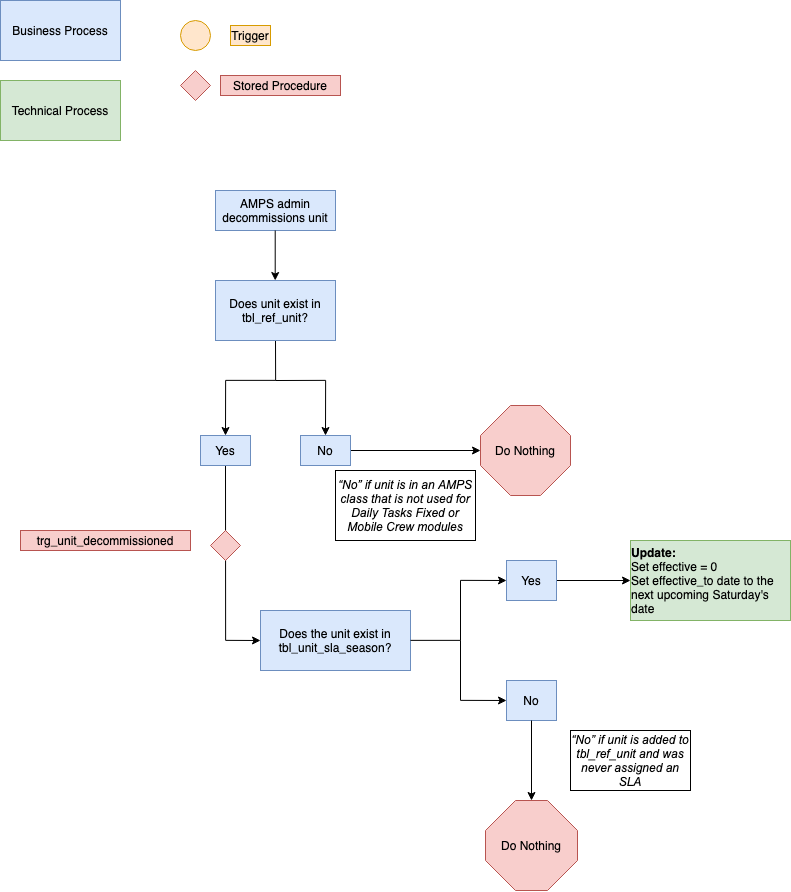
NYC-Parks/SLADB keeps this draw.io diagram as images/trg_unit_decommissioned.png. Above is the earlier version. Source tidied: cells renumbered, new cells last; positions are measured from the earlier drawing's top-left corner, leaving out a move shared by most shapes.
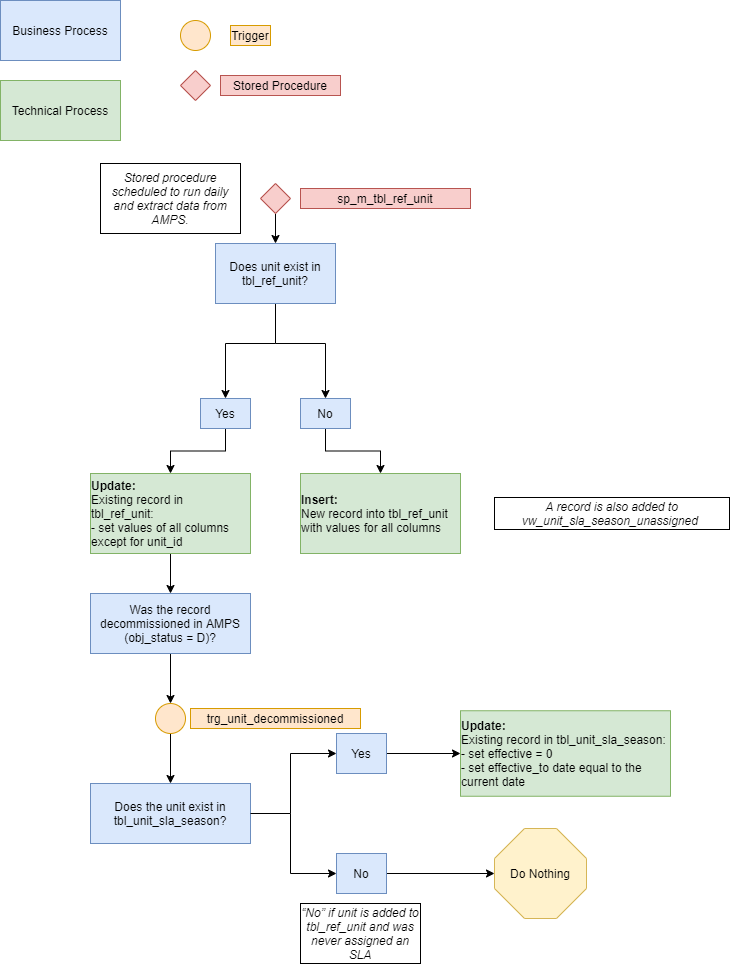
The same diagram one commit later.

The edit, as a diff of the source:
```diff
@@ -2,15 +2,12 @@
   <root>
     <mxCell id="0" />
     <mxCell id="1" parent="0" />
+    <mxCell id="31" style="edgeStyle=orthogonalEdgeStyle;rounded=0;jettySize=auto;html=1;exitX=0.5;exitY=1;exitDx=0;exitDy=0;entryX=0.5;entryY=0;entryDx=0;entryDy=0;" parent="1" edge="1" source="2" target="42">
+      <mxGeometry relative="1" as="geometry" />
+    </mxCell>
-    <mxCell id="2" value="AMPS admin decommissions unit" style="rounded=0;whiteSpace=wrap;html=1;fontSize=12;glass=0;strokeWidth=1;shadow=0;fillColor=#dae8fc;strokeColor=#6c8ebf;" parent="1" vertex="1">
-      <mxGeometry x="215" y="190" width="120" height="40" as="geometry" />
+    <mxCell id="2" value="Was the record decommissioned in AMPS (obj_status = D)?" style="rounded=0;whiteSpace=wrap;html=1;fontSize=12;glass=0;strokeWidth=1;shadow=0;fillColor=#dae8fc;strokeColor=#6c8ebf;" parent="1" vertex="1">
+      <mxGeometry x="90" y="593" width="160" height="60" as="geometry" />
     </mxCell>
-    <mxCell id="3" style="endArrow=classic;html=1;" parent="1" edge="1">
-      <mxGeometry relative="1" as="geometry">
-        <mxPoint x="274.7" y="230" as="sourcePoint" />
-        <mxPoint x="274.7" y="280" as="targetPoint" />
-      </mxGeometry>
-    </mxCell>
     <mxCell id="4" value="Business Process" style="rounded=0;whiteSpace=wrap;html=1;fillColor=#dae8fc;strokeColor=#6c8ebf;" parent="1" vertex="1">
       <mxGeometry width="120" height="60" as="geometry" />
     </mxCell>
@@ -31,61 +28,51 @@
     </mxCell>
     <mxCell id="10" style="edgeStyle=orthogonalEdgeStyle;rounded=0;jettySize=auto;html=1;entryX=0.5;entryY=0;entryDx=0;entryDy=0;" parent="1" edge="1" target="14">
       <mxGeometry relative="1" as="geometry">
-        <mxPoint x="275" y="380" as="sourcePoint" />
+        <mxPoint x="275" y="343" as="sourcePoint" />
       </mxGeometry>
     </mxCell>
-    <mxCell id="11" style="edgeStyle=orthogonalEdgeStyle;rounded=0;jettySize=auto;html=1;exitX=0.5;exitY=1;exitDx=0;exitDy=0;entryX=0;entryY=0.5;entryDx=0;entryDy=0;" parent="1" edge="1" source="12" target="20">
-      <mxGeometry relative="1" as="geometry">
-        <Array as="points">
-          <mxPoint x="225" y="640" />
-        </Array>
-      </mxGeometry>
-    </mxCell>
+    <mxCell id="32" style="edgeStyle=orthogonalEdgeStyle;rounded=0;jettySize=auto;html=1;exitX=0.5;exitY=1;exitDx=0;exitDy=0;entryX=0.5;entryY=0;entryDx=0;entryDy=0;" parent="1" edge="1" source="12" target="39">
+      <mxGeometry relative="1" as="geometry" />
+    </mxCell>
     <mxCell id="12" value="Yes" style="rounded=0;whiteSpace=wrap;html=1;fillColor=#dae8fc;strokeColor=#6c8ebf;" parent="1" vertex="1">
-      <mxGeometry x="200" y="435" width="50" height="30" as="geometry" />
+      <mxGeometry x="200" y="398" width="50" height="30" as="geometry" />
     </mxCell>
-    <mxCell id="13" style="edgeStyle=orthogonalEdgeStyle;rounded=0;jettySize=auto;html=1;exitX=1;exitY=0.5;exitDx=0;exitDy=0;entryX=0;entryY=0.5;entryDx=0;entryDy=0;entryPerimeter=0;" parent="1" edge="1" source="14" target="19">
-      <mxGeometry relative="1" as="geometry" />
-    </mxCell>
+    <mxCell id="33" style="edgeStyle=orthogonalEdgeStyle;rounded=0;jettySize=auto;html=1;exitX=0.5;exitY=1;exitDx=0;exitDy=0;entryX=0.5;entryY=0;entryDx=0;entryDy=0;" parent="1" edge="1" source="14" target="40">
+      <mxGeometry relative="1" as="geometry" />
+    </mxCell>
     <mxCell id="14" value="No" style="rounded=0;whiteSpace=wrap;html=1;fillColor=#dae8fc;strokeColor=#6c8ebf;" parent="1" vertex="1">
-      <mxGeometry x="300" y="435" width="50" height="30" as="geometry" />
+      <mxGeometry x="300" y="398" width="50" height="30" as="geometry" />
     </mxCell>
     <mxCell id="15" style="edgeStyle=orthogonalEdgeStyle;rounded=0;jettySize=auto;html=1;entryX=0.5;entryY=0;entryDx=0;entryDy=0;exitX=0.5;exitY=1;exitDx=0;exitDy=0;" parent="1" edge="1" source="18" target="12">
       <mxGeometry relative="1" as="geometry">
         <Array as="points">
-          <mxPoint x="275" y="380" />
-          <mxPoint x="225" y="380" />
+          <mxPoint x="275" y="343" />
+          <mxPoint x="225" y="343" />
         </Array>
       </mxGeometry>
     </mxCell>
-    <mxCell id="16" style="rhombus;whiteSpace=wrap;html=1;align=left;fillColor=#f8cecc;strokeColor=#b85450;" parent="1" vertex="1">
-      <mxGeometry x="210" y="530" width="30" height="30" as="geometry" />
-    </mxCell>
-    <mxCell id="17" value="trg_unit_decommissioned" style="text;html=1;strokeColor=#b85450;fillColor=#f8cecc;align=center;verticalAlign=middle;whiteSpace=wrap;rounded=0;" parent="1" vertex="1">
-      <mxGeometry x="20" y="530" width="170" height="20" as="geometry" />
+    <mxCell id="17" value="trg_unit_decommissioned" style="text;html=1;strokeColor=#d79b00;fillColor=#ffe6cc;align=center;verticalAlign=middle;whiteSpace=wrap;rounded=0;" parent="1" vertex="1">
+      <mxGeometry x="190" y="708" width="170" height="20" as="geometry" />
     </mxCell>
     <mxCell id="18" value="Does unit exist in tbl_ref_unit?" style="rounded=0;whiteSpace=wrap;html=1;fillColor=#dae8fc;strokeColor=#6c8ebf;" parent="1" vertex="1">
-      <mxGeometry x="215" y="280" width="120" height="60" as="geometry" />
+      <mxGeometry x="215" y="243" width="120" height="60" as="geometry" />
     </mxCell>
-    <mxCell id="19" value="Do Nothing" style="whiteSpace=wrap;html=1;shape=mxgraph.basic.octagon2;align=center;verticalAlign=middle;dx=15;fillColor=#f8cecc;strokeColor=#b85450;" parent="1" vertex="1">
-      <mxGeometry x="480" y="405" width="90" height="90" as="geometry" />
-    </mxCell>
     <mxCell id="20" value="Does the unit exist in tbl_unit_sla_season?&lt;br&gt;" style="rounded=0;whiteSpace=wrap;html=1;fillColor=#dae8fc;strokeColor=#6c8ebf;" parent="1" vertex="1">
-      <mxGeometry x="260" y="610" width="150" height="60" as="geometry" />
+      <mxGeometry x="90" y="783" width="160" height="60" as="geometry" />
     </mxCell>
     <mxCell id="21" style="endArrow=classic;html=1;rounded=0;edgeStyle=orthogonalEdgeStyle;entryX=0;entryY=0.5;entryDx=0;entryDy=0;" parent="1" edge="1" source="20" target="25">
       <mxGeometry relative="1" as="geometry">
         <Array as="points">
-          <mxPoint x="460" y="640" />
-          <mxPoint x="460" y="700" />
+          <mxPoint x="290" y="813" />
+          <mxPoint x="290" y="873" />
         </Array>
       </mxGeometry>
     </mxCell>
     <mxCell id="22" style="endArrow=classic;html=1;edgeStyle=orthogonalEdgeStyle;rounded=0;entryX=0;entryY=0.5;entryDx=0;entryDy=0;" parent="1" edge="1" target="24">
       <mxGeometry relative="1" as="geometry">
-        <mxPoint x="460" y="640" as="sourcePoint" />
+        <mxPoint x="290" y="813" as="sourcePoint" />
         <Array as="points">
-          <mxPoint x="460" y="580" />
+          <mxPoint x="290" y="753" />
         </Array>
       </mxGeometry>
     </mxCell>
@@ -93,25 +80,52 @@
       <mxGeometry relative="1" as="geometry" />
     </mxCell>
     <mxCell id="24" value="Yes" style="rounded=0;whiteSpace=wrap;html=1;fillColor=#dae8fc;strokeColor=#6c8ebf;" parent="1" vertex="1">
-      <mxGeometry x="506" y="560" width="50" height="40" as="geometry" />
+      <mxGeometry x="336" y="733" width="50" height="40" as="geometry" />
     </mxCell>
+    <mxCell id="27" style="edgeStyle=orthogonalEdgeStyle;rounded=0;jettySize=auto;html=1;exitX=1;exitY=0.5;exitDx=0;exitDy=0;entryX=0;entryY=0.5;entryDx=0;entryDy=0;entryPerimeter=0;" parent="1" edge="1" source="25" target="26">
+      <mxGeometry relative="1" as="geometry" />
+    </mxCell>
     <mxCell id="25" value="No" style="rounded=0;whiteSpace=wrap;html=1;fillColor=#dae8fc;strokeColor=#6c8ebf;" parent="1" vertex="1">
-      <mxGeometry x="506" y="680" width="50" height="40" as="geometry" />
+      <mxGeometry x="336" y="853" width="50" height="40" as="geometry" />
     </mxCell>
-    <mxCell id="26" value="Do Nothing" style="whiteSpace=wrap;html=1;shape=mxgraph.basic.octagon2;align=center;verticalAlign=middle;dx=15;fillColor=#f8cecc;strokeColor=#b85450;" parent="1" vertex="1">
-      <mxGeometry x="485" y="800" width="92" height="90" as="geometry" />
+    <mxCell id="26" value="Do Nothing" style="whiteSpace=wrap;html=1;shape=mxgraph.basic.octagon2;align=center;verticalAlign=middle;dx=15;fillColor=#fff2cc;strokeColor=#d6b656;" parent="1" vertex="1">
+      <mxGeometry x="494" y="828" width="92" height="90" as="geometry" />
     </mxCell>
-    <mxCell id="27" style="endArrow=classic;html=1;rounded=0;entryX=0.5;entryY=0;entryDx=0;entryDy=0;entryPerimeter=0;" parent="1" edge="1" source="25" target="26">
-      <mxGeometry relative="1" as="geometry" />
-    </mxCell>
-    <mxCell id="28" value="&lt;div style=&quot;text-align: left&quot;&gt;&lt;b&gt;Update:&lt;/b&gt;&lt;/div&gt;&lt;div style=&quot;text-align: left&quot;&gt;Set effective = 0&lt;/div&gt;&lt;div style=&quot;text-align: left&quot;&gt;Set effective_to date to the next upcoming Saturday's date&lt;/div&gt;" style="rounded=0;whiteSpace=wrap;html=1;fillColor=#d5e8d4;strokeColor=#82b366;" parent="1" vertex="1">
-      <mxGeometry x="630" y="540" width="160" height="80" as="geometry" />
+    <mxCell id="28" value="&lt;div style=&quot;text-align: left&quot;&gt;&lt;b&gt;Update:&lt;/b&gt;&lt;/div&gt;&lt;div style=&quot;text-align: left&quot;&gt;Existing record in tbl_unit_sla_season:&lt;/div&gt;&lt;div style=&quot;text-align: left&quot;&gt;- set effective = 0&lt;/div&gt;&lt;div style=&quot;text-align: left&quot;&gt;- set effective_to date equal to the current date&lt;/div&gt;" style="rounded=0;whiteSpace=wrap;html=1;fillColor=#d5e8d4;strokeColor=#82b366;" parent="1" vertex="1">
+      <mxGeometry x="460" y="710.2" width="210" height="85.5" as="geometry" />
     </mxCell>
-    <mxCell id="29" value="&lt;span id=&quot;docs-internal-guid-cab402d8-7fff-18fc-b851-d093ed2a1515&quot;&gt;&lt;span style=&quot;font-family: &amp;#34;arial&amp;#34; ; background-color: transparent ; vertical-align: baseline&quot;&gt;&lt;font style=&quot;font-size: 12px&quot;&gt;&lt;i&gt;“No” if unit is in an AMPS class that is not used for Daily Tasks Fixed or Mobile Crew modules&lt;/i&gt;&lt;/font&gt;&lt;/span&gt;&lt;/span&gt;" style="rounded=0;whiteSpace=wrap;html=1;fillColor=none;" parent="1" vertex="1">
-      <mxGeometry x="335" y="470" width="140" height="70" as="geometry" />
+    <mxCell id="29" value="&lt;span id=&quot;docs-internal-guid-cab402d8-7fff-18fc-b851-d093ed2a1515&quot;&gt;&lt;span style=&quot;font-family: &amp;#34;arial&amp;#34; ; background-color: transparent ; vertical-align: baseline&quot;&gt;&lt;font style=&quot;font-size: 12px&quot;&gt;&lt;i&gt;A record is also added to vw_unit_sla_season_unassigned&amp;nbsp;&lt;/i&gt;&lt;/font&gt;&lt;/span&gt;&lt;/span&gt;" style="rounded=0;whiteSpace=wrap;html=1;fillColor=none;" parent="1" vertex="1">
+      <mxGeometry x="494" y="497" width="235" height="32" as="geometry" />
     </mxCell>
     <mxCell id="30" value="&lt;span id=&quot;docs-internal-guid-5fe48b0e-7fff-a765-be8b-5b3e4f1d802c&quot;&gt;&lt;span style=&quot;font-family: &amp;quot;arial&amp;quot; ; background-color: transparent ; vertical-align: baseline&quot;&gt;&lt;font style=&quot;font-size: 12px&quot;&gt;“No” if unit is added to tbl_ref_unit and was never assigned an SLA&lt;/font&gt;&lt;/span&gt;&lt;/span&gt;" style="rounded=0;whiteSpace=wrap;html=1;fillColor=none;fontStyle=2;" parent="1" vertex="1">
-      <mxGeometry x="570" y="730" width="120" height="60" as="geometry" />
+      <mxGeometry x="300" y="903" width="120" height="60" as="geometry" />
     </mxCell>
+    <mxCell id="34" style="edgeStyle=orthogonalEdgeStyle;rounded=0;jettySize=auto;html=1;exitX=0.5;exitY=1;exitDx=0;exitDy=0;entryX=0.5;entryY=0;entryDx=0;entryDy=0;" parent="1" edge="1" source="35" target="18">
+      <mxGeometry relative="1" as="geometry" />
+    </mxCell>
+    <mxCell id="35" style="rhombus;whiteSpace=wrap;html=1;align=left;fillColor=#f8cecc;strokeColor=#b85450;" parent="1" vertex="1">
+      <mxGeometry x="260" y="183" width="30" height="30" as="geometry" />
+    </mxCell>
+    <mxCell id="36" value="sp_m_tbl_ref_unit" style="text;html=1;strokeColor=#b85450;fillColor=#f8cecc;align=center;verticalAlign=middle;whiteSpace=wrap;rounded=0;" parent="1" vertex="1">
+      <mxGeometry x="300" y="188" width="170" height="20" as="geometry" />
+    </mxCell>
+    <mxCell id="37" value="&lt;font face=&quot;arial&quot;&gt;&lt;i&gt;Stored procedure scheduled to run daily and extract data from AMPS.&lt;/i&gt;&lt;/font&gt;" style="rounded=0;whiteSpace=wrap;html=1;fillColor=none;" parent="1" vertex="1">
+      <mxGeometry x="100" y="163" width="140" height="70" as="geometry" />
+    </mxCell>
+    <mxCell id="38" style="edgeStyle=orthogonalEdgeStyle;rounded=0;jettySize=auto;html=1;exitX=0.5;exitY=1;exitDx=0;exitDy=0;entryX=0.5;entryY=0;entryDx=0;entryDy=0;" parent="1" edge="1" source="39" target="2">
+      <mxGeometry relative="1" as="geometry" />
+    </mxCell>
+    <mxCell id="39" value="&lt;div style=&quot;text-align: left&quot;&gt;&lt;b&gt;Update:&lt;/b&gt;&lt;/div&gt;&lt;div style=&quot;text-align: left&quot;&gt;Existing record in tbl_ref_unit:&lt;/div&gt;&lt;div style=&quot;text-align: left&quot;&gt;- set values of all columns except for unit_id&lt;/div&gt;" style="rounded=0;whiteSpace=wrap;html=1;fillColor=#d5e8d4;strokeColor=#82b366;" parent="1" vertex="1">
+      <mxGeometry x="90" y="473" width="160" height="80" as="geometry" />
+    </mxCell>
+    <mxCell id="40" value="&lt;div style=&quot;text-align: left&quot;&gt;&lt;b&gt;Insert:&lt;/b&gt;&lt;/div&gt;&lt;div style=&quot;text-align: left&quot;&gt;New record into tbl_ref_unit with values for all columns&lt;/div&gt;" style="rounded=0;whiteSpace=wrap;html=1;fillColor=#d5e8d4;strokeColor=#82b366;" parent="1" vertex="1">
+      <mxGeometry x="300" y="473" width="160" height="80" as="geometry" />
+    </mxCell>
+    <mxCell id="41" style="edgeStyle=orthogonalEdgeStyle;rounded=0;jettySize=auto;html=1;exitX=0.5;exitY=1;exitDx=0;exitDy=0;entryX=0.5;entryY=0;entryDx=0;entryDy=0;" parent="1" edge="1" source="42" target="20">
+      <mxGeometry relative="1" as="geometry" />
+    </mxCell>
+    <mxCell id="42" style="ellipse;whiteSpace=wrap;html=1;fillColor=#ffe6cc;strokeColor=#d79b00;" parent="1" vertex="1">
+      <mxGeometry x="155" y="703" width="30" height="30" as="geometry" />
+    </mxCell>
   </root>
 </mxGraphModel>
```
